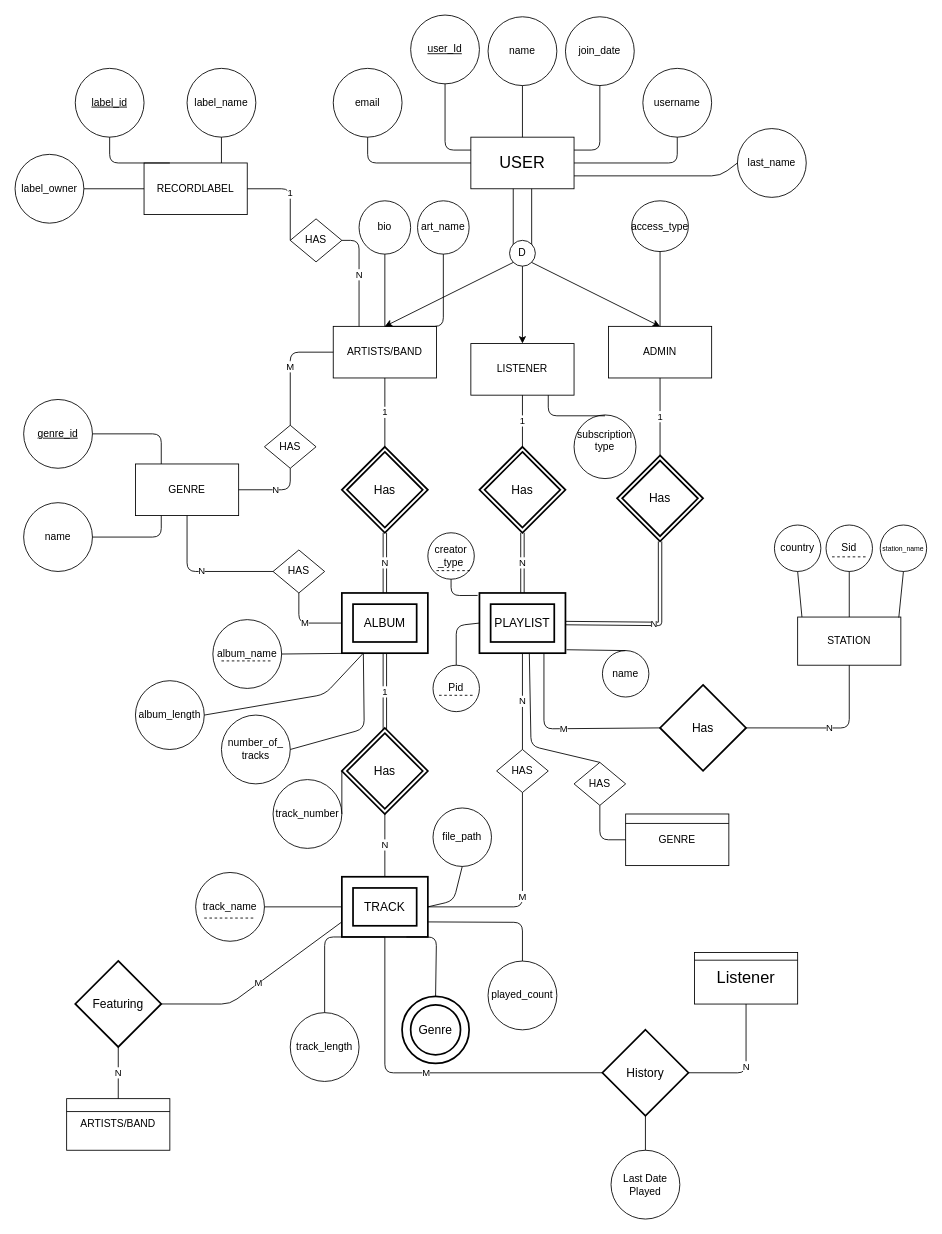
Arianshh/Music_Database keeps this draw.io diagram as Untitled Diagram.drawio. Above is the earlier version. Source tidied: cells renumbered, new cells numbered last; positions are measured from the earlier drawing's top-left corner, leaving out a move shared by most shapes. Both pictures are drawn from the tidied source at 86%, with x=0, y=0 at pixel (15, 15).
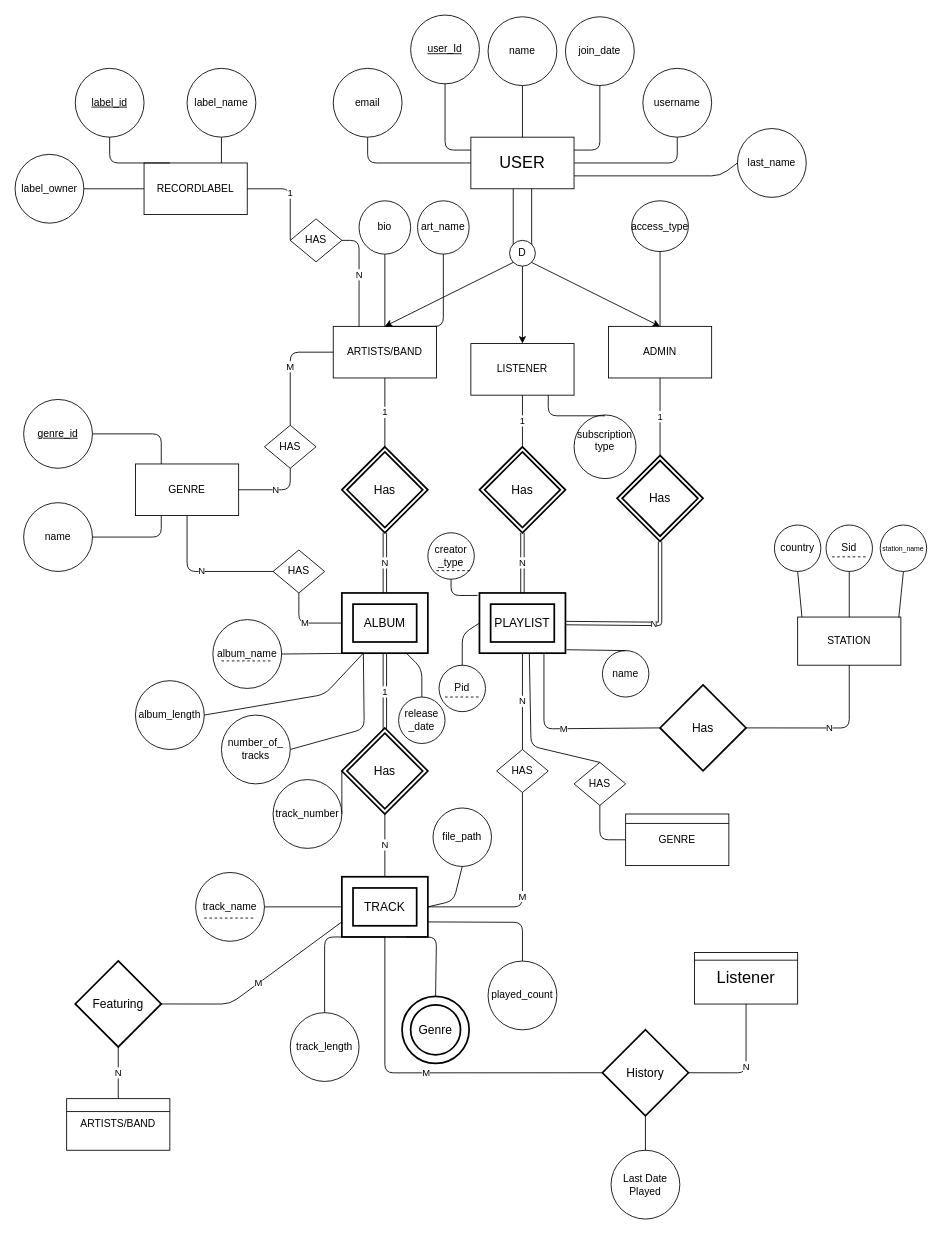
Above is the later version.

Commit message:
Add release_date Attr to Album Entity

Unchanged cells that the change refers to:
```xml
<mxCell id="14" value="ALBUM" style="shape=ext;strokeWidth=2;margin=10;double=1;whiteSpace=wrap;html=1;align=center;fontSize=14;" parent="1" vertex="1">
  <mxGeometry x="380" y="672" width="100" height="70" as="geometry" />
</mxCell>
<mxCell id="30" value="PLAYLIST" style="shape=ext;strokeWidth=2;margin=10;double=1;whiteSpace=wrap;html=1;align=center;fontSize=14;" parent="1" vertex="1">
  <mxGeometry x="540" y="672" width="100" height="70" as="geometry" />
</mxCell>
```

Diff of the diagram source:
```diff
@@
     <mxCell id="83" value="Pid" style="ellipse;whiteSpace=wrap;html=1;" parent="1" vertex="1">
-      <mxGeometry x="486" y="756" width="54" height="54" as="geometry" />
+      <mxGeometry x="493" y="756" width="54" height="54" as="geometry" />
     </mxCell>
     <mxCell id="84" style="endArrow=none;dashed=1;html=1;" parent="1" edge="1">
       <mxGeometry relative="1" as="geometry">
-        <mxPoint x="493" y="791" as="sourcePoint" />
-        <mxPoint x="533" y="791" as="targetPoint" />
+        <mxPoint x="500" y="793" as="sourcePoint" />
+        <mxPoint x="540" y="793" as="targetPoint" />
       </mxGeometry>
     </mxCell>
     <mxCell id="85" style="endArrow=none;html=1;exitX=0;exitY=0.5;exitDx=0;exitDy=0;entryX=0.5;entryY=0;entryDx=0;entryDy=0;" parent="1" edge="1" source="30" target="83">
       <mxGeometry relative="1" as="geometry">
         <Array as="points">
-          <mxPoint x="513" y="710" />
+          <mxPoint x="520" y="720" />
         </Array>
       </mxGeometry>
     </mxCell>
@@
+    <mxCell id="126" value="release&lt;br&gt;_date&lt;br&gt;" style="ellipse;whiteSpace=wrap;html=1;" parent="1" vertex="1">
+      <mxGeometry x="446" y="793" width="54" height="54" as="geometry" />
+    </mxCell>
+    <mxCell id="127" style="endArrow=none;html=1;entryX=0.75;entryY=1;entryDx=0;entryDy=0;exitX=0.5;exitY=0;exitDx=0;exitDy=0;" parent="1" edge="1" source="126" target="14">
+      <mxGeometry relative="1" as="geometry">
+        <Array as="points">
+          <mxPoint x="473" y="760" />
+        </Array>
+      </mxGeometry>
+    </mxCell>
```
